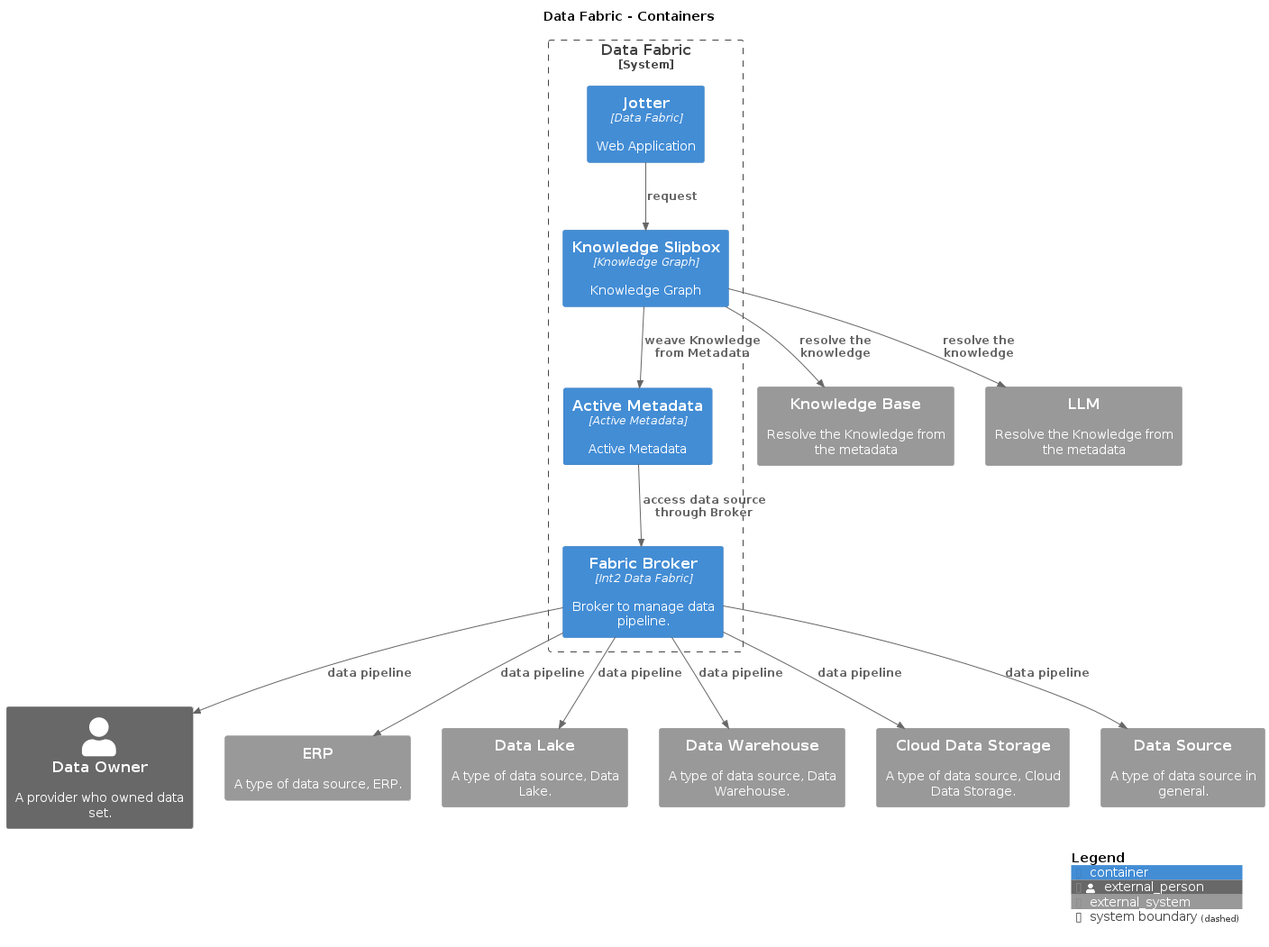
This is master/png/Containers.png from IntellectusCorp/data-fabric-docs, a PlantUML export, as it was before one commit.
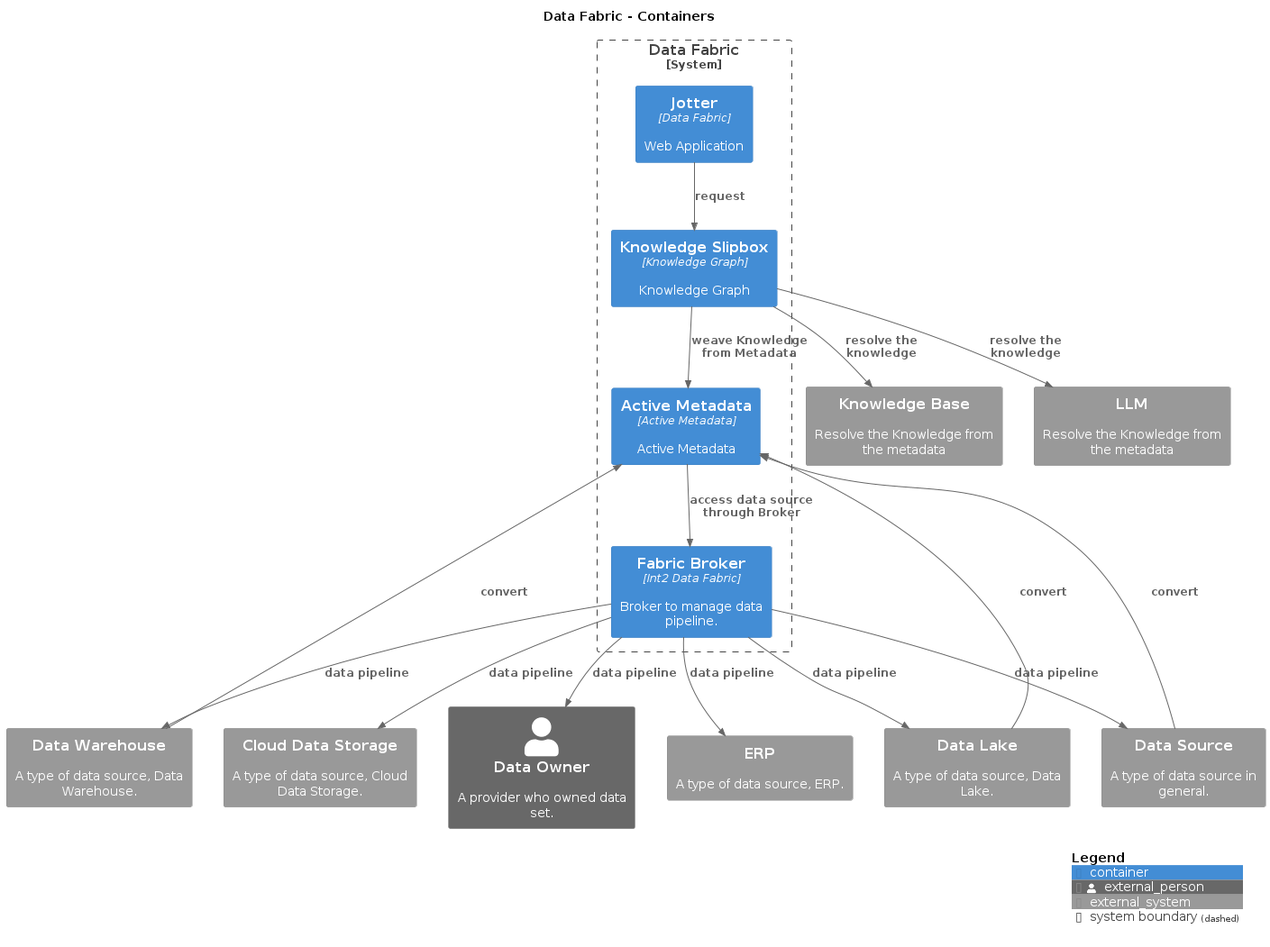
The same file after the commit.

What changed in the source:
```diff
@@ -35,6 +35,9 @@
 Rel_D(DataFabric.FabricBroker, CloudDataStorage, "data pipeline", $tags="")
 Rel_D(DataFabric.FabricBroker, DataSource, "data pipeline", $tags="")
 Rel_D(DataFabric.ActiveMetadata, DataFabric.FabricBroker, "access data source through Broker", $tags="")
+Rel_D(DataLake, DataFabric.ActiveMetadata, "convert", $tags="")
+Rel_D(DataWarehouse, DataFabric.ActiveMetadata, "convert", $tags="")
+Rel_D(DataSource, DataFabric.ActiveMetadata, "convert", $tags="")
 
 SHOW_LEGEND(true)
 @enduml
```
